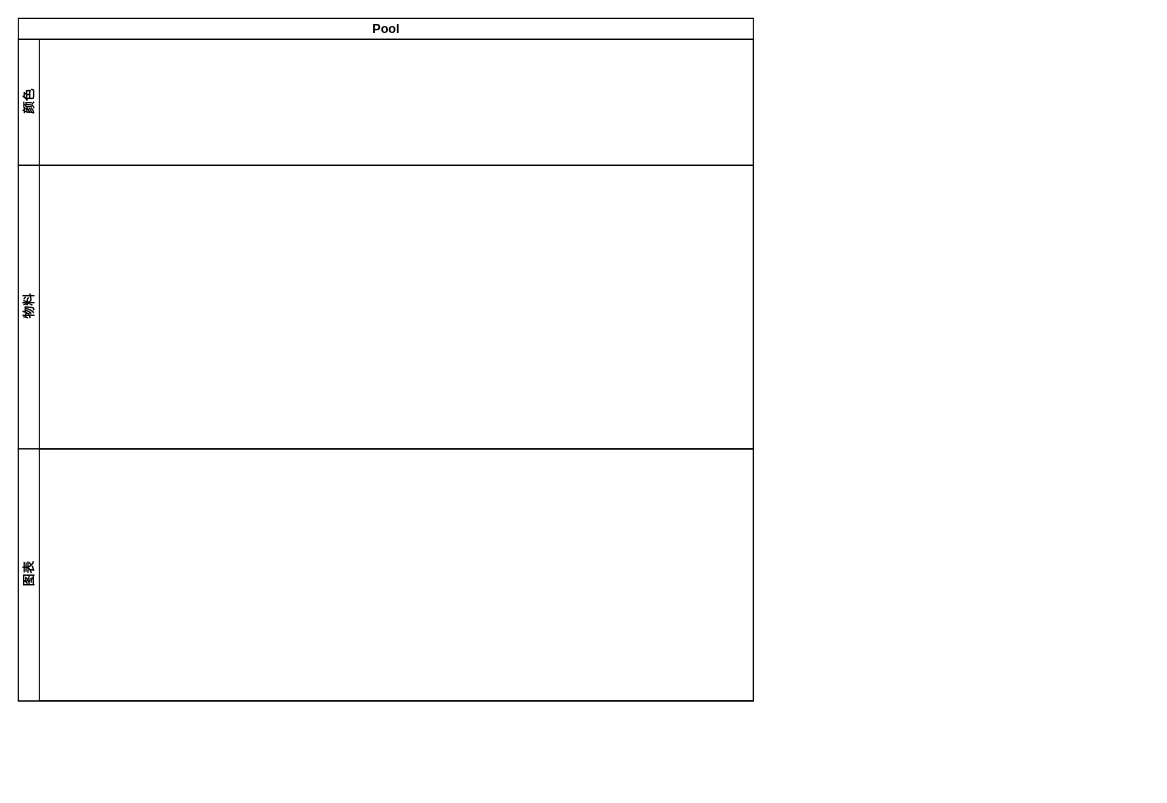
Earlier version of the draw.io diagram page "插件生态泳道图" (10 of 10) of lowCode/lc.drawio (zhuoooo/doodles). Source tidied: cells renumbered, new cells numbered last; positions are measured from the earlier drawing's top-left corner, leaving out a move shared by most shapes. Both pictures are drawn from the tidied source at 105%, with x=0, y=0 at pixel (18, 18).
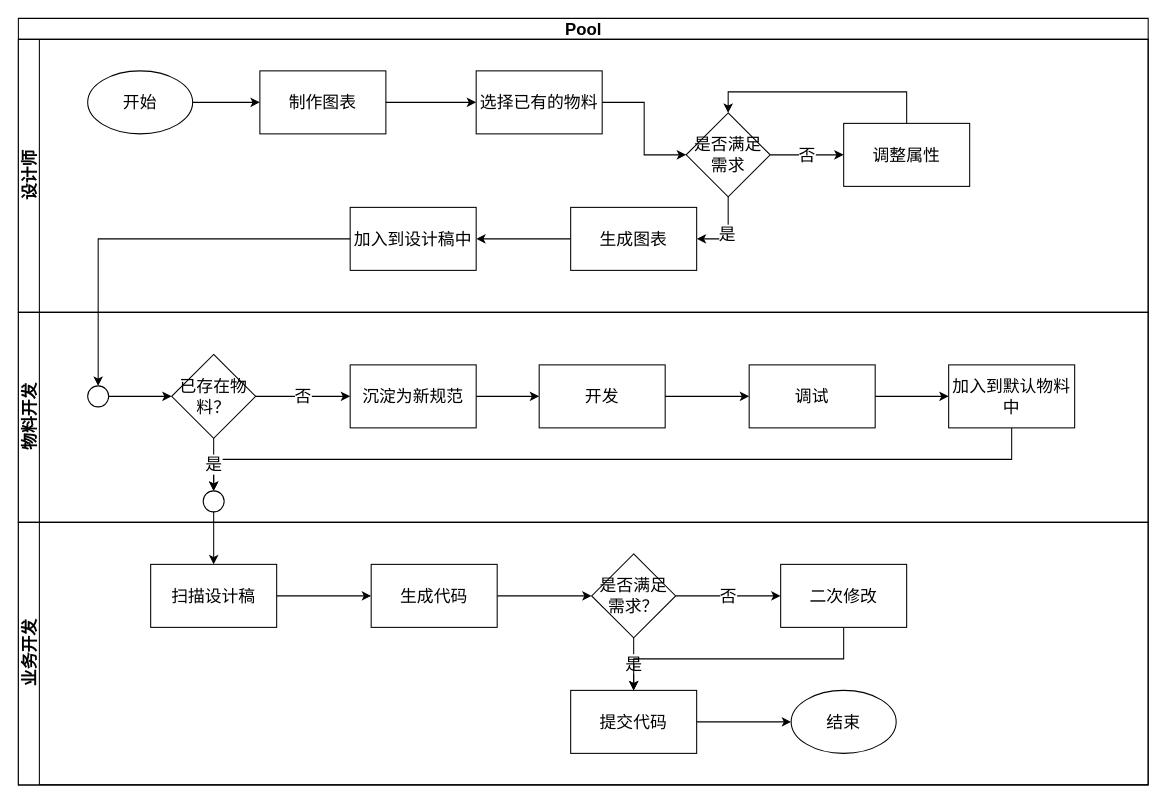
The same page after the edit.

Diff of the diagram source:
```diff
@@
-    <mxCell id="2" value="Pool" style="swimlane;horizontal=1;startSize=20;html=1;" parent="1" vertex="1">
-      <mxGeometry width="700" height="650" as="geometry" />
+    <mxCell id="2" value="Pool" style="swimlane;horizontal=1;startSize=20;html=1;fontFamily=PingFang;fontSize=16;" parent="1" vertex="1">
+      <mxGeometry width="1076" height="730" as="geometry" />
     </mxCell>
-    <mxCell id="3" value="颜色" style="swimlane;startSize=20;horizontal=0;html=1;" parent="2" vertex="1">
-      <mxGeometry y="20" width="700" height="120" as="geometry" />
+    <mxCell id="3" value="设计师" style="swimlane;startSize=20;horizontal=0;html=1;fontFamily=PingFang;fontSize=16;" parent="2" vertex="1">
+      <mxGeometry y="20" width="1076" height="260" as="geometry" />
     </mxCell>
+    <mxCell id="6" style="edgeStyle=orthogonalEdgeStyle;rounded=0;jettySize=auto;html=1;fontFamily=PingFang;fontSize=16;" parent="3" edge="1" source="7" target="8">
+      <mxGeometry relative="1" as="geometry" />
+    </mxCell>
+    <mxCell id="7" value="开始" style="ellipse;whiteSpace=wrap;html=1;fontFamily=PingFang;fontSize=16;" parent="3" vertex="1">
+      <mxGeometry x="66" y="30" width="100" height="60" as="geometry" />
+    </mxCell>
+    <mxCell id="8" value="制作图表" style="rounded=0;whiteSpace=wrap;html=1;fontFamily=PingFang;fontSize=16;" parent="3" vertex="1">
+      <mxGeometry x="230" y="30" width="120" height="60" as="geometry" />
+    </mxCell>
+    <mxCell id="9" style="edgeStyle=orthogonalEdgeStyle;rounded=0;jettySize=auto;html=1;fontFamily=PingFang;fontSize=16;" parent="3" edge="1" source="8" target="11">
+      <mxGeometry relative="1" as="geometry" />
+    </mxCell>
+    <mxCell id="10" style="edgeStyle=orthogonalEdgeStyle;rounded=0;jettySize=auto;html=1;fontFamily=PingFang;fontSize=16;" parent="3" edge="1" source="11" target="15">
+      <mxGeometry relative="1" as="geometry" />
+    </mxCell>
+    <mxCell id="11" value="选择已有的物料" style="whiteSpace=wrap;html=1;fontFamily=PingFang;fontSize=16;" parent="3" vertex="1">
+      <mxGeometry x="436" y="30" width="120" height="60" as="geometry" />
+    </mxCell>
+    <mxCell id="12" style="edgeStyle=orthogonalEdgeStyle;rounded=0;jettySize=auto;html=1;entryX=1;entryY=0.5;entryDx=0;entryDy=0;fontFamily=PingFang;fontSize=16;" parent="3" edge="1" source="15" target="17">
+      <mxGeometry relative="1" as="geometry" />
+    </mxCell>
+    <mxCell id="13" value="是" style="edgeLabel;html=1;align=center;verticalAlign=middle;fontFamily=PingFang;fontSize=16;" parent="12" vertex="1">
+      <mxGeometry x="0.2" y="-5" relative="1" as="geometry" />
+    </mxCell>
+    <mxCell id="14" value="否" style="edgeStyle=orthogonalEdgeStyle;rounded=0;jettySize=auto;html=1;fontFamily=PingFang;fontSize=16;" parent="3" edge="1" source="15" target="19">
+      <mxGeometry relative="1" as="geometry" />
+    </mxCell>
+    <mxCell id="15" value="是否满足需求" style="rhombus;whiteSpace=wrap;html=1;fontFamily=PingFang;fontSize=16;" parent="3" vertex="1">
+      <mxGeometry x="636" y="70" width="80" height="80" as="geometry" />
+    </mxCell>
+    <mxCell id="16" style="edgeStyle=orthogonalEdgeStyle;rounded=0;jettySize=auto;html=1;fontFamily=PingFang;fontSize=16;" parent="3" edge="1" source="17" target="20">
+      <mxGeometry relative="1" as="geometry" />
+    </mxCell>
+    <mxCell id="17" value="生成图表" style="whiteSpace=wrap;html=1;fontFamily=PingFang;fontSize=16;" parent="3" vertex="1">
+      <mxGeometry x="526" y="160" width="120" height="60" as="geometry" />
+    </mxCell>
+    <mxCell id="18" style="edgeStyle=orthogonalEdgeStyle;rounded=0;jettySize=auto;html=1;entryX=0.5;entryY=0;entryDx=0;entryDy=0;exitX=0.5;exitY=0;exitDx=0;exitDy=0;fontFamily=PingFang;fontSize=16;" parent="3" edge="1" source="19" target="15">
+      <mxGeometry relative="1" as="geometry">
+        <Array as="points">
+          <mxPoint x="846" y="50" />
+          <mxPoint x="676" y="50" />
+        </Array>
+      </mxGeometry>
+    </mxCell>
+    <mxCell id="19" value="调整属性" style="whiteSpace=wrap;html=1;fontFamily=PingFang;fontSize=16;" parent="3" vertex="1">
+      <mxGeometry x="786" y="80" width="120" height="60" as="geometry" />
+    </mxCell>
+    <mxCell id="20" value="加入到设计稿中" style="whiteSpace=wrap;html=1;fontFamily=PingFang;fontSize=16;" parent="3" vertex="1">
+      <mxGeometry x="316" y="160" width="120" height="60" as="geometry" />
+    </mxCell>
-    <mxCell id="4" value="物料" style="swimlane;startSize=20;horizontal=0;html=1;" parent="2" vertex="1">
-      <mxGeometry y="140" width="700" height="270" as="geometry" />
+    <mxCell id="4" value="物料开发" style="swimlane;startSize=20;horizontal=0;html=1;fontFamily=PingFang;fontSize=16;" parent="2" vertex="1">
+      <mxGeometry y="280" width="1076" height="200" as="geometry" />
     </mxCell>
+    <mxCell id="21" style="edgeStyle=orthogonalEdgeStyle;rounded=0;jettySize=auto;html=1;fontFamily=PingFang;fontSize=16;" parent="4" edge="1" source="22" target="24">
+      <mxGeometry relative="1" as="geometry" />
+    </mxCell>
+    <mxCell id="22" value="沉淀为新规范" style="whiteSpace=wrap;html=1;fontFamily=PingFang;fontSize=16;" parent="4" vertex="1">
+      <mxGeometry x="316" y="50" width="120" height="60" as="geometry" />
+    </mxCell>
+    <mxCell id="23" style="edgeStyle=orthogonalEdgeStyle;rounded=0;jettySize=auto;html=1;fontFamily=PingFang;fontSize=16;" parent="4" edge="1" source="32" target="26">
+      <mxGeometry relative="1" as="geometry" />
+    </mxCell>
+    <mxCell id="24" value="开发" style="whiteSpace=wrap;html=1;fontFamily=PingFang;fontSize=16;" parent="4" vertex="1">
+      <mxGeometry x="496" y="50" width="120" height="60" as="geometry" />
+    </mxCell>
+    <mxCell id="25" style="edgeStyle=orthogonalEdgeStyle;rounded=0;jettySize=auto;html=1;exitX=0.5;exitY=1;exitDx=0;exitDy=0;fontFamily=PingFang;fontSize=16;" parent="4" edge="1" source="26" target="33">
+      <mxGeometry relative="1" as="geometry" />
+    </mxCell>
+    <mxCell id="26" value="加入到默认物料中" style="whiteSpace=wrap;html=1;fontFamily=PingFang;fontSize=16;" parent="4" vertex="1">
+      <mxGeometry x="886" y="50" width="120" height="60" as="geometry" />
+    </mxCell>
+    <mxCell id="27" style="edgeStyle=orthogonalEdgeStyle;rounded=0;jettySize=auto;html=1;fontFamily=PingFang;fontSize=16;" parent="4" edge="1" source="28" target="29">
+      <mxGeometry relative="1" as="geometry" />
+    </mxCell>
+    <mxCell id="28" style="ellipse;whiteSpace=wrap;html=1;fontFamily=PingFang;fontSize=16;" parent="4" vertex="1">
+      <mxGeometry x="66" y="70" width="20" height="20" as="geometry" />
+    </mxCell>
+    <mxCell id="29" value="已存在物料？" style="rhombus;whiteSpace=wrap;html=1;fontFamily=PingFang;fontSize=16;" parent="4" vertex="1">
+      <mxGeometry x="146" y="40" width="80" height="80" as="geometry" />
+    </mxCell>
+    <mxCell id="30" value="否" style="edgeStyle=orthogonalEdgeStyle;rounded=0;jettySize=auto;html=1;fontFamily=PingFang;fontSize=16;" parent="4" edge="1" source="29" target="22">
+      <mxGeometry relative="1" as="geometry" />
+    </mxCell>
+    <mxCell id="31" style="edgeStyle=orthogonalEdgeStyle;rounded=0;jettySize=auto;html=1;fontFamily=PingFang;fontSize=16;" parent="4" edge="1" source="24" target="32">
+      <mxGeometry relative="1" as="geometry" />
+    </mxCell>
+    <mxCell id="32" value="调试" style="rounded=0;whiteSpace=wrap;html=1;fontFamily=PingFang;fontSize=16;" parent="4" vertex="1">
+      <mxGeometry x="696" y="50" width="120" height="60" as="geometry" />
+    </mxCell>
+    <mxCell id="33" style="ellipse;whiteSpace=wrap;html=1;fontFamily=PingFang;fontSize=16;" parent="4" vertex="1">
+      <mxGeometry x="176" y="170" width="20" height="20" as="geometry" />
+    </mxCell>
+    <mxCell id="34" value="是" style="edgeStyle=orthogonalEdgeStyle;rounded=0;jettySize=auto;html=1;exitX=0.5;exitY=1;exitDx=0;exitDy=0;fontFamily=PingFang;fontSize=16;" parent="4" edge="1" source="29" target="33">
+      <mxGeometry relative="1" as="geometry" />
+    </mxCell>
+    <mxCell id="35" style="edgeStyle=orthogonalEdgeStyle;rounded=0;jettySize=auto;html=1;entryX=0.5;entryY=0;entryDx=0;entryDy=0;fontFamily=PingFang;fontSize=16;" parent="2" edge="1" source="20" target="28">
+      <mxGeometry relative="1" as="geometry" />
+    </mxCell>
+    <mxCell id="36" style="edgeStyle=orthogonalEdgeStyle;rounded=0;jettySize=auto;html=1;fontFamily=PingFang;fontSize=16;" parent="2" edge="1" source="33" target="38">
+      <mxGeometry relative="1" as="geometry" />
+    </mxCell>
-    <mxCell id="5" value="图表" style="swimlane;startSize=20;horizontal=0;html=1;" parent="2" vertex="1">
-      <mxGeometry y="410" width="700" height="240" as="geometry" />
+    <mxCell id="5" value="业务开发" style="swimlane;startSize=20;horizontal=0;html=1;fontFamily=PingFang;fontSize=16;" parent="2" vertex="1">
+      <mxGeometry y="480" width="1076" height="250" as="geometry" />
     </mxCell>
+    <mxCell id="37" style="edgeStyle=orthogonalEdgeStyle;rounded=0;jettySize=auto;html=1;fontFamily=PingFang;fontSize=16;" parent="5" edge="1" source="38" target="40">
+      <mxGeometry relative="1" as="geometry" />
+    </mxCell>
+    <mxCell id="38" value="扫描设计稿" style="whiteSpace=wrap;html=1;fontFamily=PingFang;fontSize=16;" parent="5" vertex="1">
+      <mxGeometry x="126" y="40" width="120" height="60" as="geometry" />
+    </mxCell>
+    <mxCell id="39" style="edgeStyle=orthogonalEdgeStyle;rounded=0;jettySize=auto;html=1;fontFamily=PingFang;fontSize=16;" parent="5" edge="1" source="40" target="43">
+      <mxGeometry relative="1" as="geometry" />
+    </mxCell>
+    <mxCell id="40" value="生成代码" style="whiteSpace=wrap;html=1;fontFamily=PingFang;fontSize=16;" parent="5" vertex="1">
+      <mxGeometry x="336" y="40" width="120" height="60" as="geometry" />
+    </mxCell>
+    <mxCell id="41" value="是" style="edgeStyle=orthogonalEdgeStyle;rounded=0;jettySize=auto;html=1;fontFamily=PingFang;fontSize=16;" parent="5" edge="1" source="43" target="44">
+      <mxGeometry relative="1" as="geometry" />
+    </mxCell>
+    <mxCell id="42" value="否" style="edgeStyle=orthogonalEdgeStyle;rounded=0;jettySize=auto;html=1;fontFamily=PingFang;fontSize=16;" parent="5" edge="1" source="43" target="46">
+      <mxGeometry relative="1" as="geometry">
+        <Array as="points">
+          <mxPoint x="676" y="70" />
+          <mxPoint x="676" y="70" />
+        </Array>
+      </mxGeometry>
+    </mxCell>
+    <mxCell id="43" value="是否满足需求？" style="rhombus;whiteSpace=wrap;html=1;fontFamily=PingFang;fontSize=16;" parent="5" vertex="1">
+      <mxGeometry x="546" y="30" width="80" height="80" as="geometry" />
+    </mxCell>
+    <mxCell id="44" value="提交代码" style="whiteSpace=wrap;html=1;fontFamily=PingFang;fontSize=16;" parent="5" vertex="1">
+      <mxGeometry x="526" y="160" width="120" height="60" as="geometry" />
+    </mxCell>
+    <mxCell id="45" style="edgeStyle=orthogonalEdgeStyle;rounded=0;jettySize=auto;html=1;exitX=0.5;exitY=1;exitDx=0;exitDy=0;fontFamily=PingFang;fontSize=16;" parent="5" edge="1" source="46" target="44">
+      <mxGeometry relative="1" as="geometry" />
+    </mxCell>
+    <mxCell id="46" value="二次修改" style="whiteSpace=wrap;html=1;fontFamily=PingFang;fontSize=16;" parent="5" vertex="1">
+      <mxGeometry x="726" y="40" width="120" height="60" as="geometry" />
+    </mxCell>
+    <mxCell id="47" value="结束" style="ellipse;whiteSpace=wrap;html=1;fontFamily=PingFang;fontSize=16;" parent="5" vertex="1">
+      <mxGeometry x="736" y="160" width="100" height="60" as="geometry" />
+    </mxCell>
+    <mxCell id="48" style="edgeStyle=orthogonalEdgeStyle;rounded=0;jettySize=auto;html=1;fontFamily=PingFang;fontSize=16;" parent="5" edge="1" source="44" target="47">
+      <mxGeometry relative="1" as="geometry" />
+    </mxCell>
```
